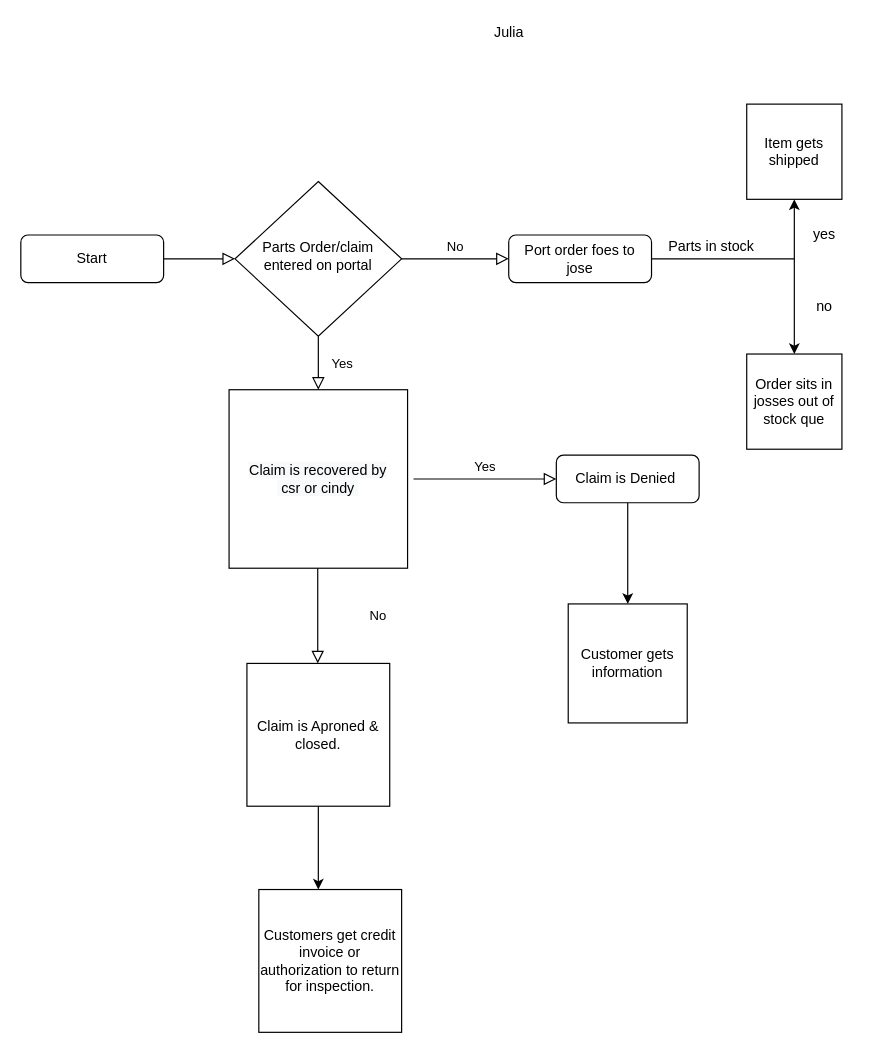
Before: Untitled Diagram.drawio in jimenezprogrammer/Calculator, a draw.io diagram. Source tidied: cells renumbered, new cells numbered last; positions are measured from the earlier drawing's top-left corner, leaving out a move shared by most shapes. Both pictures are drawn from the tidied source at 119%, with x=0, y=0 at pixel (20, 20).
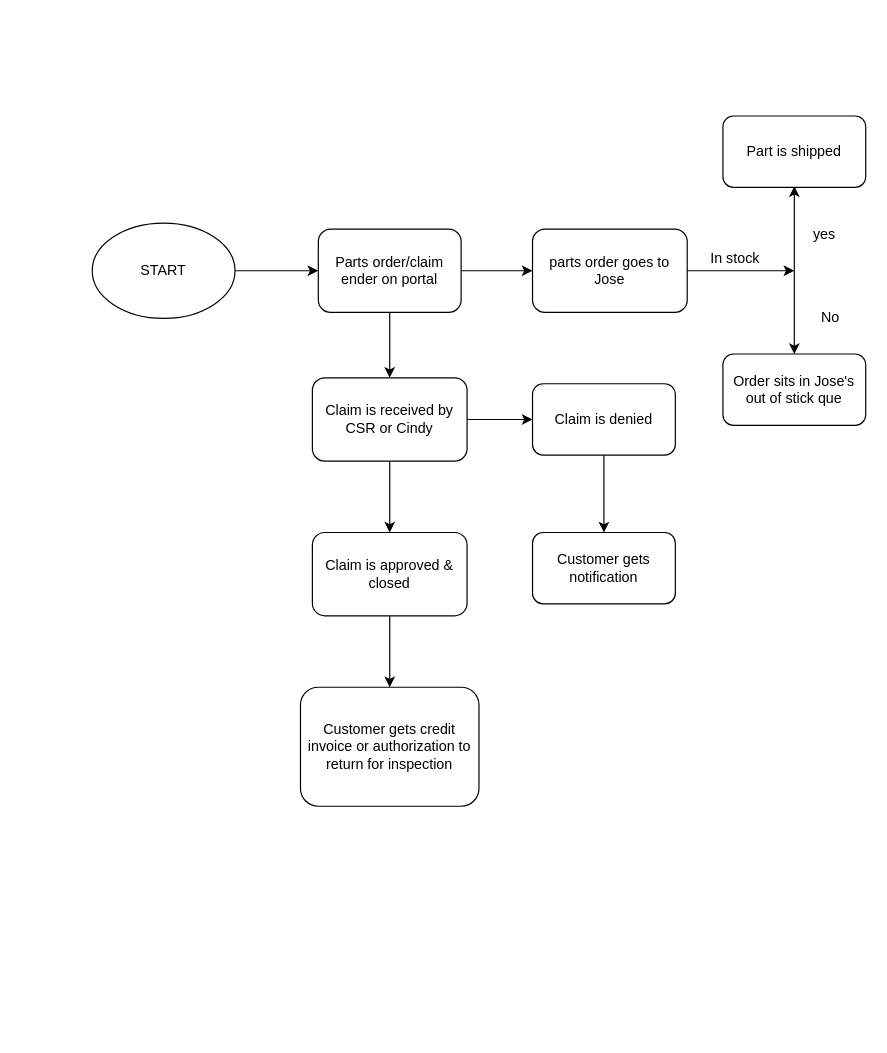
Above is the later version.

Diff of the diagram source:
```diff
@@
-    <mxCell id="2" style="rounded=0;html=1;jettySize=auto;fontSize=11;endArrow=block;endFill=0;endSize=8;strokeWidth=1;shadow=0;labelBackgroundColor=none;edgeStyle=orthogonalEdgeStyle;" parent="1" edge="1" source="3" target="6">
-      <mxGeometry relative="1" as="geometry" />
-    </mxCell>
-    <mxCell id="3" value="Start" style="rounded=1;whiteSpace=wrap;html=1;fontSize=12;glass=0;strokeWidth=1;shadow=0;direction=east;" parent="1" vertex="1">
-      <mxGeometry y="180" width="120" height="40" as="geometry" />
-    </mxCell>
-    <mxCell id="4" value="Yes" style="rounded=0;html=1;jettySize=auto;fontSize=11;endArrow=block;endFill=0;endSize=8;strokeWidth=1;shadow=0;labelBackgroundColor=none;edgeStyle=orthogonalEdgeStyle;" parent="1" edge="1" source="6">
-      <mxGeometry y="20" relative="1" as="geometry">
-        <mxPoint x="250" y="310" as="targetPoint" />
-      </mxGeometry>
-    </mxCell>
-    <mxCell id="5" value="No" style="edgeStyle=orthogonalEdgeStyle;rounded=0;html=1;jettySize=auto;fontSize=11;endArrow=block;endFill=0;endSize=8;strokeWidth=1;shadow=0;labelBackgroundColor=none;" parent="1" edge="1" source="6" target="8">
-      <mxGeometry y="10" relative="1" as="geometry" />
-    </mxCell>
-    <mxCell id="6" value="Parts Order/claim entered on portal" style="rhombus;whiteSpace=wrap;html=1;shadow=0;fontFamily=Helvetica;fontSize=12;align=center;strokeWidth=1;spacing=6;spacingTop=-4;direction=east;" parent="1" vertex="1">
-      <mxGeometry x="180" y="135" width="140" height="130" as="geometry" />
-    </mxCell>
-    <mxCell id="7" style="edgeStyle=orthogonalEdgeStyle;rounded=0;jettySize=auto;html=1;" parent="1" edge="1" source="8" target="18">
-      <mxGeometry relative="1" as="geometry" />
-    </mxCell>
-    <mxCell id="8" value="Port order foes to jose&lt;br&gt;" style="rounded=1;whiteSpace=wrap;html=1;fontSize=12;glass=0;strokeWidth=1;shadow=0;direction=east;" parent="1" vertex="1">
-      <mxGeometry x="410" y="180" width="120" height="40" as="geometry" />
-    </mxCell>
-    <mxCell id="9" value="No" style="rounded=0;html=1;jettySize=auto;orthogonalLoop=1;fontSize=11;endArrow=block;endFill=0;endSize=8;strokeWidth=1;shadow=0;labelBackgroundColor=none;edgeStyle=orthogonalEdgeStyle;" parent="1" edge="1">
-      <mxGeometry y="50" relative="1" as="geometry">
-        <mxPoint x="249.5" y="460" as="sourcePoint" />
-        <mxPoint x="249.5" y="540" as="targetPoint" />
-        <Array as="points">
-          <mxPoint x="249.5" y="520" />
-          <mxPoint x="249.5" y="520" />
-        </Array>
-      </mxGeometry>
-    </mxCell>
-    <mxCell id="10" value="Yes" style="edgeStyle=orthogonalEdgeStyle;rounded=0;html=1;jettySize=auto;fontSize=11;endArrow=block;endFill=0;endSize=8;strokeWidth=1;shadow=0;labelBackgroundColor=none;" parent="1" edge="1" target="12">
-      <mxGeometry y="10" relative="1" as="geometry">
-        <mxPoint x="330" y="385" as="sourcePoint" />
-        <Array as="points">
-          <mxPoint x="350" y="385" />
-          <mxPoint x="350" y="385" />
-        </Array>
-      </mxGeometry>
-    </mxCell>
-    <mxCell id="11" style="edgeStyle=orthogonalEdgeStyle;rounded=0;jettySize=auto;html=1;" parent="1" edge="1" source="12">
-      <mxGeometry relative="1" as="geometry">
-        <mxPoint x="510" y="490" as="targetPoint" />
-      </mxGeometry>
-    </mxCell>
-    <mxCell id="12" value="Claim is Denied&amp;nbsp;" style="rounded=1;whiteSpace=wrap;html=1;fontSize=12;glass=0;strokeWidth=1;shadow=0;direction=east;" parent="1" vertex="1">
-      <mxGeometry x="450" y="365" width="120" height="40" as="geometry" />
-    </mxCell>
-    <mxCell id="13" value="&#10;&#10;&lt;span style=&quot;color: rgb(0, 0, 0); font-family: helvetica; font-size: 12px; font-style: normal; font-weight: 400; letter-spacing: normal; text-align: center; text-indent: 0px; text-transform: none; word-spacing: 0px; background-color: rgb(248, 249, 250); display: inline; float: none;&quot;&gt;Claim is recovered by&lt;/span&gt;&lt;br style=&quot;color: rgb(0, 0, 0); font-family: helvetica; font-size: 12px; font-style: normal; font-weight: 400; letter-spacing: normal; text-align: center; text-indent: 0px; text-transform: none; word-spacing: 0px; background-color: rgb(248, 249, 250);&quot;&gt;&lt;span style=&quot;color: rgb(0, 0, 0); font-family: helvetica; font-size: 12px; font-style: normal; font-weight: 400; letter-spacing: normal; text-align: center; text-indent: 0px; text-transform: none; word-spacing: 0px; background-color: rgb(248, 249, 250); display: inline; float: none;&quot;&gt;&amp;nbsp;csr or cindy&amp;nbsp;&lt;/span&gt;&#10;&#10;" style="whiteSpace=wrap;html=1;" parent="1" vertex="1">
-      <mxGeometry x="175" y="310" width="150" height="150" as="geometry" />
-    </mxCell>
-    <mxCell id="14" style="edgeStyle=orthogonalEdgeStyle;rounded=0;jettySize=auto;html=1;" parent="1" edge="1" source="15">
-      <mxGeometry relative="1" as="geometry">
-        <mxPoint x="250" y="730" as="targetPoint" />
-      </mxGeometry>
-    </mxCell>
-    <mxCell id="15" value="Claim is Aproned &amp;amp; closed." style="whiteSpace=wrap;html=1;" parent="1" vertex="1">
-      <mxGeometry x="190" y="540" width="120" height="120" as="geometry" />
-    </mxCell>
-    <mxCell id="16" value="Customers get credit invoice or authorization to return for inspection." style="whiteSpace=wrap;html=1;" parent="1" vertex="1">
-      <mxGeometry x="200" y="730" width="120" height="120" as="geometry" />
-    </mxCell>
-    <mxCell id="17" value="Customer gets information" style="whiteSpace=wrap;html=1;" parent="1" vertex="1">
-      <mxGeometry x="460" y="490" width="100" height="100" as="geometry" />
-    </mxCell>
-    <mxCell id="18" value="Item gets shipped" style="whiteSpace=wrap;html=1;" parent="1" vertex="1">
-      <mxGeometry x="610" y="70" width="80" height="80" as="geometry" />
-    </mxCell>
-    <mxCell id="19" value="Parts in stock" style="text;html=1;align=center;verticalAlign=middle;strokeColor=none;fillColor=none;" parent="1" vertex="1">
-      <mxGeometry x="535" y="180" width="90" height="20" as="geometry" />
-    </mxCell>
-    <mxCell id="20" style="edgeStyle=orthogonalEdgeStyle;rounded=0;jettySize=auto;html=1;entryX=0.5;entryY=0;entryDx=0;entryDy=0;" parent="1" edge="1" target="23">
-      <mxGeometry relative="1" as="geometry">
-        <mxPoint x="650" y="200" as="sourcePoint" />
-        <Array as="points">
-          <mxPoint x="650" y="200" />
-        </Array>
-      </mxGeometry>
-    </mxCell>
+    <mxCell id="25" style="edgeStyle=orthogonalEdgeStyle;rounded=0;jettySize=auto;html=1;" parent="1" edge="1" source="26">
+      <mxGeometry relative="1" as="geometry">
+        <mxPoint x="250" y="210" as="targetPoint" />
+      </mxGeometry>
+    </mxCell>
+    <mxCell id="26" value="START" style="ellipse;whiteSpace=wrap;html=1;" parent="1" vertex="1">
+      <mxGeometry x="60" y="170" width="120" height="80" as="geometry" />
+    </mxCell>
+    <mxCell id="27" style="edgeStyle=orthogonalEdgeStyle;rounded=0;jettySize=auto;html=1;" parent="1" edge="1" source="29">
+      <mxGeometry relative="1" as="geometry">
+        <mxPoint x="310" y="300" as="targetPoint" />
+      </mxGeometry>
+    </mxCell>
+    <mxCell id="28" style="edgeStyle=orthogonalEdgeStyle;rounded=0;jettySize=auto;html=1;" parent="1" edge="1" source="29" target="37">
+      <mxGeometry relative="1" as="geometry" />
+    </mxCell>
+    <mxCell id="29" value="Parts order/claim ender on portal" style="rounded=1;whiteSpace=wrap;html=1;" parent="1" vertex="1">
+      <mxGeometry x="250" y="175" width="120" height="70" as="geometry" />
+    </mxCell>
+    <mxCell id="30" style="edgeStyle=orthogonalEdgeStyle;rounded=0;jettySize=auto;html=1;" parent="1" edge="1" source="32">
+      <mxGeometry relative="1" as="geometry">
+        <mxPoint x="310" y="430" as="targetPoint" />
+      </mxGeometry>
+    </mxCell>
+    <mxCell id="31" style="edgeStyle=orthogonalEdgeStyle;rounded=0;jettySize=auto;html=1;" parent="1" edge="1" source="32">
+      <mxGeometry relative="1" as="geometry">
+        <mxPoint x="430" y="335" as="targetPoint" />
+      </mxGeometry>
+    </mxCell>
+    <mxCell id="32" value="Claim is received by CSR or Cindy" style="rounded=1;whiteSpace=wrap;html=1;" parent="1" vertex="1">
+      <mxGeometry x="245" y="300" width="130" height="70" as="geometry" />
+    </mxCell>
+    <mxCell id="33" style="edgeStyle=orthogonalEdgeStyle;rounded=0;jettySize=auto;html=1;" parent="1" edge="1" source="34">
+      <mxGeometry relative="1" as="geometry">
+        <mxPoint x="310" y="560" as="targetPoint" />
+      </mxGeometry>
+    </mxCell>
+    <mxCell id="34" value="Claim is approved &amp;amp; closed" style="rounded=1;whiteSpace=wrap;html=1;" parent="1" vertex="1">
+      <mxGeometry x="245" y="430" width="130" height="70" as="geometry" />
+    </mxCell>
+    <mxCell id="35" value="Customer gets credit invoice or authorization to return for inspection" style="rounded=1;whiteSpace=wrap;html=1;" parent="1" vertex="1">
+      <mxGeometry x="235" y="560" width="150" height="100" as="geometry" />
+    </mxCell>
+    <mxCell id="36" style="edgeStyle=orthogonalEdgeStyle;rounded=0;jettySize=auto;html=1;" parent="1" edge="1" source="37">
+      <mxGeometry relative="1" as="geometry">
+        <mxPoint x="650" y="210" as="targetPoint" />
+      </mxGeometry>
+    </mxCell>
+    <mxCell id="37" value="parts order goes to Jose" style="rounded=1;whiteSpace=wrap;html=1;" parent="1" vertex="1">
+      <mxGeometry x="430" y="175" width="130" height="70" as="geometry" />
+    </mxCell>
+    <mxCell id="38" value="In stock" style="text;html=1;align=center;verticalAlign=middle;strokeColor=none;fillColor=none;" parent="1" vertex="1">
+      <mxGeometry x="570" y="190" width="60" height="20" as="geometry" />
+    </mxCell>
+    <mxCell id="39" style="endArrow=classic;html=1;rounded=0;" parent="1" edge="1">
+      <mxGeometry relative="1" as="geometry">
+        <mxPoint x="650" y="209" as="sourcePoint" />
+        <mxPoint x="650" y="139" as="targetPoint" />
+      </mxGeometry>
+    </mxCell>
+    <mxCell id="40" style="endArrow=classic;html=1;rounded=0;" parent="1" edge="1">
+      <mxGeometry relative="1" as="geometry">
+        <mxPoint x="650" y="209" as="sourcePoint" />
+        <mxPoint x="650" y="280" as="targetPoint" />
+      </mxGeometry>
+    </mxCell>
-    <mxCell id="21" value="yes&lt;br&gt;" style="text;html=1;align=center;verticalAlign=middle;strokeColor=none;fillColor=none;" parent="1" vertex="1">
+    <mxCell id="21" value="yes" style="text;html=1;align=center;verticalAlign=middle;strokeColor=none;fillColor=none;" parent="1" vertex="1">
       <mxGeometry x="660" y="170" width="30" height="20" as="geometry" />
     </mxCell>
-    <mxCell id="22" value="no&lt;br&gt;" style="text;html=1;align=center;verticalAlign=middle;strokeColor=none;fillColor=none;" parent="1" vertex="1">
-      <mxGeometry x="660" y="230" width="30" height="20" as="geometry" />
-    </mxCell>
-    <mxCell id="23" value="Order sits in josses out of stock que" style="whiteSpace=wrap;html=1;" parent="1" vertex="1">
-      <mxGeometry x="610" y="280" width="80" height="80" as="geometry" />
-    </mxCell>
-    <mxCell id="24" value="Julia" style="text;html=1;align=center;verticalAlign=middle;strokeColor=none;fillColor=none;" parent="1" vertex="1">
-      <mxGeometry x="390" width="40" height="20" as="geometry" />
-    </mxCell>
+    <mxCell id="41" value="No" style="text;html=1;align=center;verticalAlign=middle;strokeColor=none;fillColor=none;" parent="1" vertex="1">
+      <mxGeometry x="665" y="240" width="30" height="20" as="geometry" />
+    </mxCell>
+    <mxCell id="42" value="Order sits in Jose's out of stick que" style="rounded=1;whiteSpace=wrap;html=1;" parent="1" vertex="1">
+      <mxGeometry x="590" y="280" width="120" height="60" as="geometry" />
+    </mxCell>
+    <mxCell id="43" value="Part is shipped" style="rounded=1;whiteSpace=wrap;html=1;" parent="1" vertex="1">
+      <mxGeometry x="590" y="80" width="120" height="60" as="geometry" />
+    </mxCell>
+    <mxCell id="44" style="edgeStyle=orthogonalEdgeStyle;rounded=0;jettySize=auto;html=1;" parent="1" edge="1" source="45">
+      <mxGeometry relative="1" as="geometry">
+        <mxPoint x="490" y="430" as="targetPoint" />
+        <Array as="points">
+          <mxPoint x="490" y="410" />
+          <mxPoint x="490" y="410" />
+        </Array>
+      </mxGeometry>
+    </mxCell>
+    <mxCell id="45" value="Claim is denied" style="rounded=1;whiteSpace=wrap;html=1;" parent="1" vertex="1">
+      <mxGeometry x="430" y="305" width="120" height="60" as="geometry" />
+    </mxCell>
+    <mxCell id="46" value="Customer gets notification" style="rounded=1;whiteSpace=wrap;html=1;" parent="1" vertex="1">
+      <mxGeometry x="430" y="430" width="120" height="60" as="geometry" />
+    </mxCell>
```
